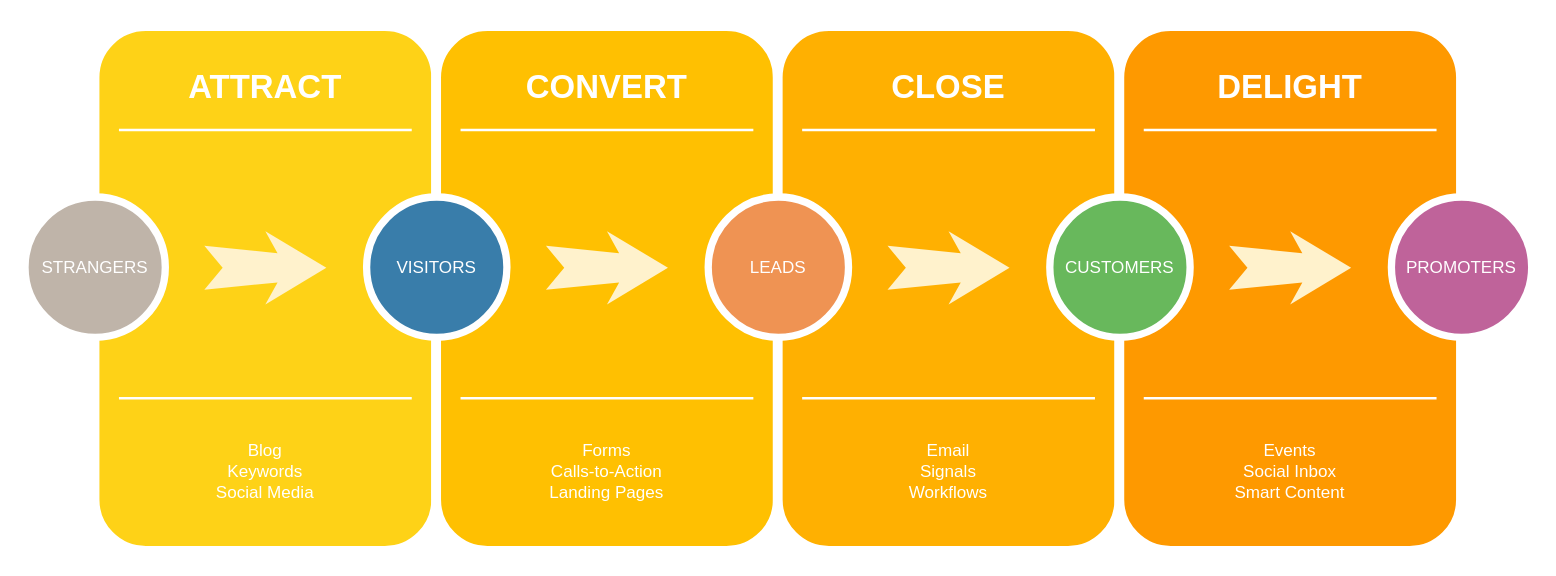
Above: Untitled Diagram.drawio in rskiue/book (draw.io), before the change. Source tidied: cells renumbered, new cells numbered last; positions are measured from the earlier drawing's top-left corner, leaving out a move shared by most shapes. Both pictures are drawn from the tidied source at 122%, with x=0, y=0 at pixel (24, 26).
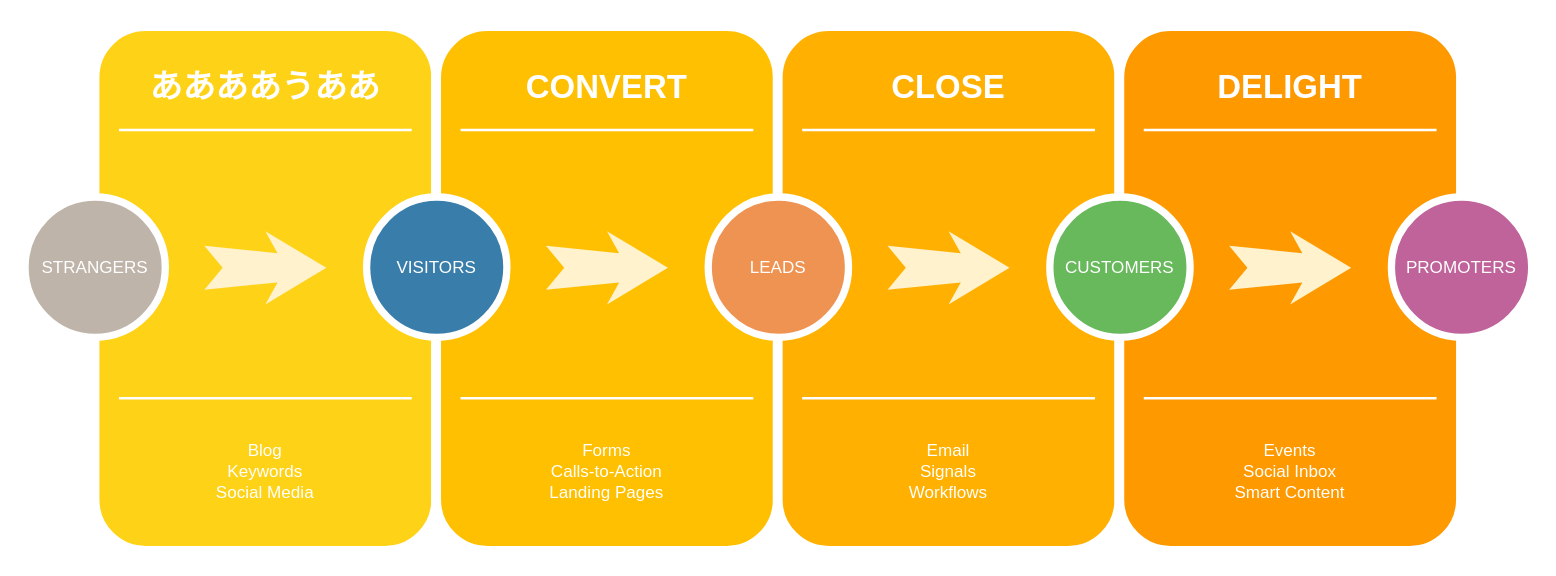
The same page after the edit.

Diff of the diagram source:
```diff
@@
-    <mxCell id="3" value="ATTRACT" style="text;html=1;strokeColor=none;fillColor=none;align=center;verticalAlign=middle;whiteSpace=wrap;rounded=0;shadow=0;fontSize=27;fontColor=#FFFFFF;fontStyle=1;" parent="1" vertex="1">
+    <mxCell id="3" value="ああああうああ" style="text;html=1;strokeColor=none;fillColor=none;align=center;verticalAlign=middle;whiteSpace=wrap;rounded=0;shadow=0;fontSize=27;fontColor=#FFFFFF;fontStyle=1;" parent="1" vertex="1">
       <mxGeometry x="57" y="20" width="280" height="60" as="geometry" />
     </mxCell>
```
